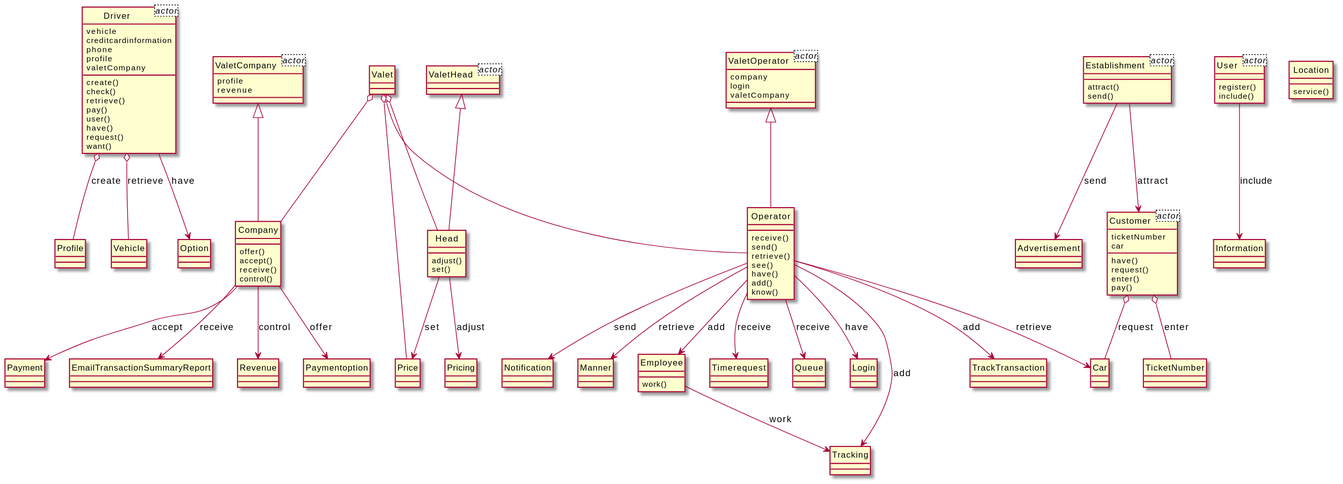
The PlantUML diagram output/diagram_5/2014-USC-Project03.svg in xixixhalu/DomainModelExtractor, before a commit.
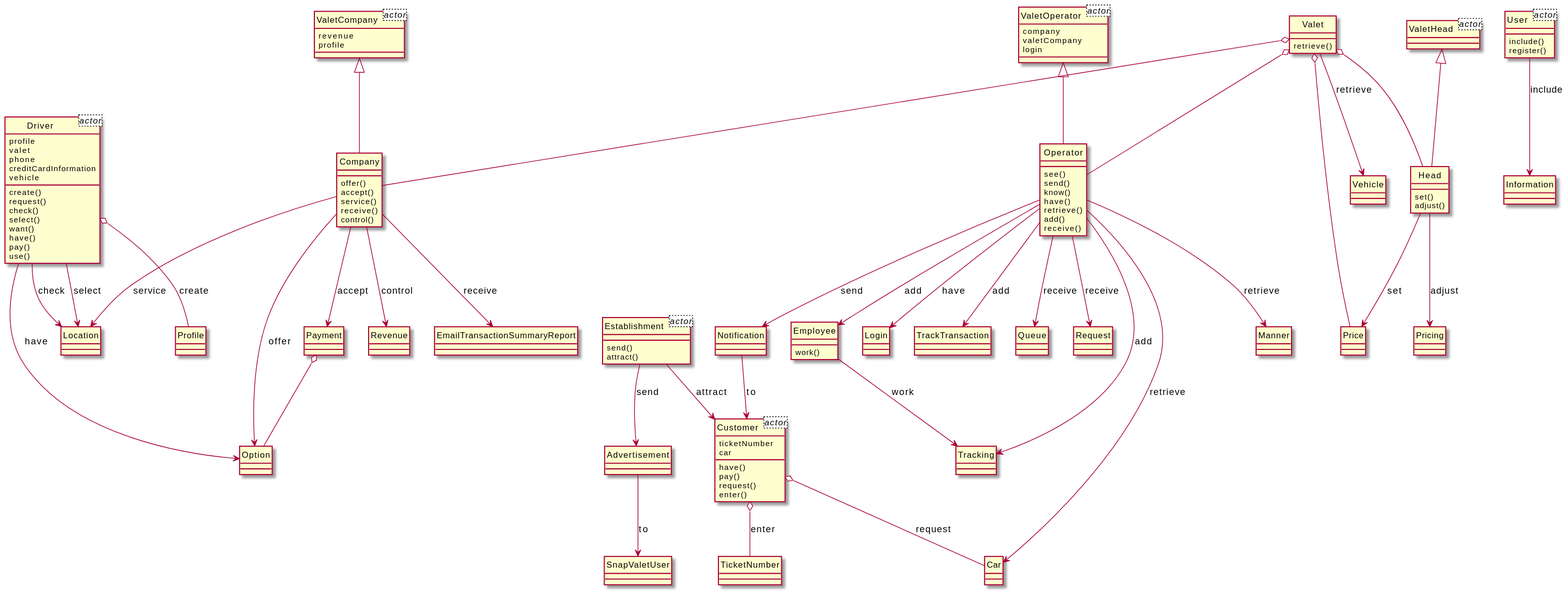
The same diagram one commit later.

Change to the diagram source:
```diff
@@ -1,15 +1,15 @@
 @startuml
 hide circle
 class Driver<actor> {
+	profile
+	valet
+	phone
+	creditCardInformation
 	vehicle
-	creditcardinformation
-	phone
-	profile
-	valetCompany
 }
 class ValetCompany<actor> {
+	revenue
 	profile
-	revenue
 }
 class Establishment<actor> {
 }
@@ -19,103 +19,102 @@
 }
 class ValetOperator<actor> {
 	company
+	valetCompany
 	login
-	valetCompany
 }
 class ValetHead<actor> {
 }
 class User<actor> {
 }
-class Valet {
+class Operator {
+	see()
+	send()
+	know()
+	have()
+	retrieve()
+	add()
+	receive()
 }
 class Head {
+	set()
 	adjust()
-	set()
 }
 class Price {
-}
-class Operator {
-	receive()
-	send()
-	retrieve()
-	see()
-	have()
-	add()
-	know()
 }
 class Company {
 	offer()
 	accept()
+	service()
 	receive()
 	control()
 }
-class Revenue {
+class Location {
 }
 class Driver {
 	create()
+	request()
 	check()
-	retrieve()
+	select()
+	want()
+	have()
 	pay()
-	user()
-	have()
-	request()
-	want()
+	use()
 }
-class Login {
+class Option {
 }
-class Tracking {
-}
-class Timerequest {
-}
-class Queue {
-}
-class Pricing {
+class Notification {
 }
 class Customer {
 	have()
+	pay()
 	request()
 	enter()
-	pay()
+}
+class Car {
+}
+class Manner {
 }
 class TicketNumber {
+}
+class Payment {
 }
 class Employee {
 	work()
 }
-class Paymentoption {
+class User {
+	include()
+	register()
+}
+class Login {
+}
+class TrackTransaction {
+}
+class Revenue {
+}
+class Valet {
+	retrieve()
+}
+class Vehicle {
 }
 class Profile {
 }
-class Location {
-	service()
-}
-class User {
-	register()
-	include()
+class Queue {
 }
 class Information {
 }
-class Car {
-}
-class Payment {
-}
-class Vehicle {
+class EmailTransactionSummaryReport {
 }
 class Establishment {
+	send()
 	attract()
-	send()
-}
-class TrackTransaction {
-}
-class EmailTransactionSummaryReport {
-}
-class Notification {
-}
-class Manner {
 }
 class Advertisement {
 }
-class Option {
+class Request {
+}
+class Tracking {
+}
+class Pricing {
 }
 class ValetCompany {
 }
@@ -123,35 +122,43 @@
 }
 class ValetHead {
 }
+class SnapValetUser {
+}
+Company --> Option : offer
+Driver --> Option : have
+Operator --> Tracking : add
+Operator --> Car : retrieve
+Operator --> Notification : send
+Employee --> Tracking : work
+Valet --> Vehicle : retrieve
+Head --> Pricing : adjust
+Notification --> Customer : to
+Customer o-- Car : request
+Driver o-- Profile : create
+Valet o-- Head
+ValetCompany <|-- Company
 Operator --> Manner : retrieve
+Operator --> Queue : receive
+ValetOperator <|-- Operator
 Head --> Price : set
+Customer o-- TicketNumber : enter
+User --> Information : include
+Valet o-- Operator
+ValetHead <|-- Head
+Company --> Payment : accept
+Company --> EmailTransactionSummaryReport : receive
+Valet o-- Company
+Operator --> Employee : add
+Driver --> Location : select
+Company --> Revenue : control
+Valet o-- Price
+Establishment --> Customer : attract
+Advertisement --> SnapValetUser : to
 Establishment --> Advertisement : send
 Operator --> Login : have
-User --> Information : include
-Driver --> Option : have
-Valet o-- Operator
-Operator --> Tracking : add
-Customer o-- Car : request
-ValetCompany <|-- Company
-Operator --> Timerequest : receive
-Company --> Payment : accept
-Valet o-- Price
-ValetOperator <|-- Operator
-Operator --> Queue : receive
-Driver o-- Vehicle : retrieve
-Valet o-- Head
-Head --> Pricing : adjust
-Employee --> Tracking : work
-ValetHead <|-- Head
-Establishment --> Customer : attract
+Payment o-- Option
+Company --> Location : service
+Operator --> Request : receive
 Operator --> TrackTransaction : add
-Customer o-- TicketNumber : enter
-Company --> EmailTransactionSummaryReport : receive
-Operator --> Employee : add
-Operator --> Notification : send
-Company --> Paymentoption : offer
-Operator --> Car : retrieve
-Valet o-- Company
-Driver o-- Profile : create
-Company --> Revenue : control
+Driver --> Location : check
 @enduml
```
